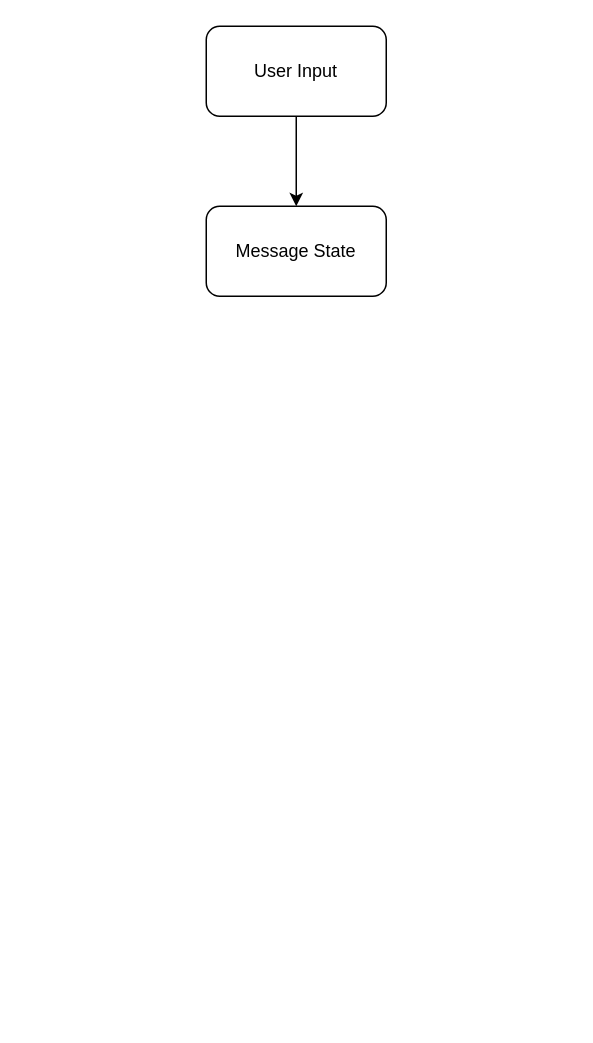
Above: Untitled Diagram.drawio in LeePaulison/project-ai (draw.io), before the change. Source tidied: cells renumbered, new cells numbered last; positions are measured from the earlier drawing's top-left corner, leaving out a move shared by most shapes. Both pictures are drawn from the tidied source at 150%, with x=0, y=0 at pixel (206, 26).
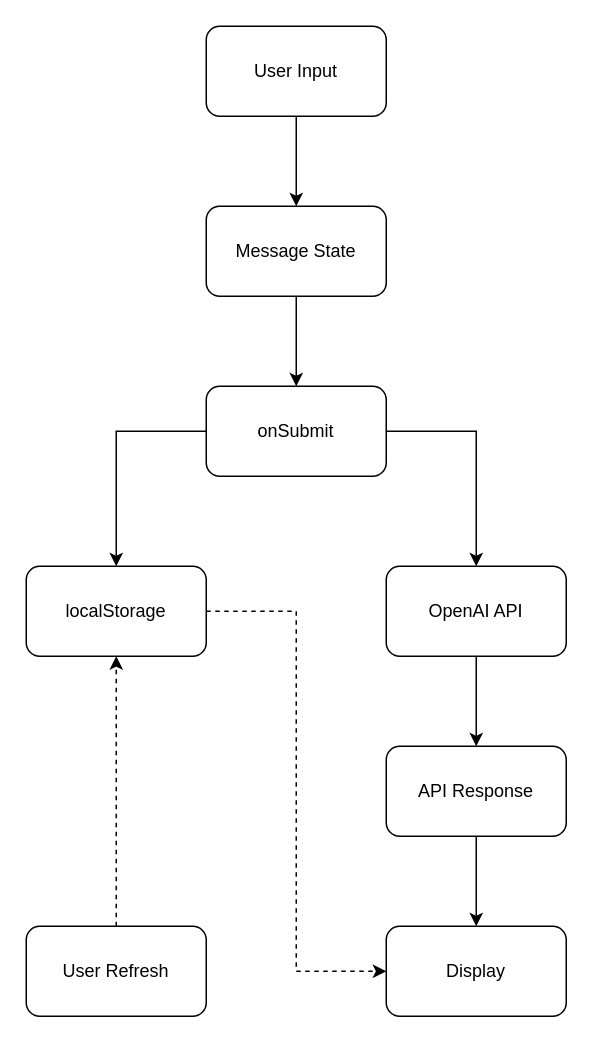
The same page after the edit.

Diff of the diagram source:
```diff
@@
 <mxGraphModel>
   <root>
     <mxCell id="0" />
     <mxCell id="1" parent="0" />
     <mxCell id="2" style="edgeStyle=orthogonalEdgeStyle;rounded=0;jettySize=auto;html=1;exitX=0.5;exitY=1;exitDx=0;exitDy=0;" parent="1" edge="1" source="3" target="4">
       <mxGeometry relative="1" as="geometry" />
     </mxCell>
     <mxCell id="3" value="User Input" style="rounded=1;whiteSpace=wrap;html=1;" parent="1" vertex="1">
       <mxGeometry width="120" height="60" as="geometry" />
     </mxCell>
+    <mxCell id="5" style="edgeStyle=orthogonalEdgeStyle;rounded=0;jettySize=auto;html=1;exitX=0.5;exitY=1;exitDx=0;exitDy=0;" parent="1" edge="1" source="4" target="8">
+      <mxGeometry relative="1" as="geometry" />
+    </mxCell>
     <mxCell id="4" value="Message State" style="rounded=1;whiteSpace=wrap;html=1;" parent="1" vertex="1">
       <mxGeometry y="120" width="120" height="60" as="geometry" />
     </mxCell>
+    <mxCell id="6" style="edgeStyle=orthogonalEdgeStyle;rounded=0;jettySize=auto;html=1;exitX=0;exitY=0.5;exitDx=0;exitDy=0;entryX=0.5;entryY=0;entryDx=0;entryDy=0;" parent="1" edge="1" source="8" target="10">
+      <mxGeometry relative="1" as="geometry" />
+    </mxCell>
+    <mxCell id="7" style="edgeStyle=orthogonalEdgeStyle;rounded=0;jettySize=auto;html=1;exitX=1;exitY=0.5;exitDx=0;exitDy=0;entryX=0.5;entryY=0;entryDx=0;entryDy=0;" parent="1" edge="1" source="8" target="12">
+      <mxGeometry relative="1" as="geometry" />
+    </mxCell>
+    <mxCell id="8" value="onSubmit" style="rounded=1;whiteSpace=wrap;html=1;" parent="1" vertex="1">
+      <mxGeometry y="240" width="120" height="60" as="geometry" />
+    </mxCell>
+    <mxCell id="9" style="edgeStyle=orthogonalEdgeStyle;rounded=0;jettySize=auto;html=1;exitX=1;exitY=0.5;exitDx=0;exitDy=0;entryX=0;entryY=0.5;entryDx=0;entryDy=0;dashed=1;" parent="1" edge="1" source="10" target="15">
+      <mxGeometry relative="1" as="geometry" />
+    </mxCell>
+    <mxCell id="10" value="localStorage" style="rounded=1;whiteSpace=wrap;html=1;" parent="1" vertex="1">
+      <mxGeometry x="-120" y="360" width="120" height="60" as="geometry" />
+    </mxCell>
+    <mxCell id="11" style="edgeStyle=orthogonalEdgeStyle;rounded=0;jettySize=auto;html=1;exitX=0.5;exitY=1;exitDx=0;exitDy=0;entryX=0.5;entryY=0;entryDx=0;entryDy=0;" parent="1" edge="1" source="12" target="14">
+      <mxGeometry relative="1" as="geometry" />
+    </mxCell>
+    <mxCell id="12" value="OpenAI API" style="rounded=1;whiteSpace=wrap;html=1;" parent="1" vertex="1">
+      <mxGeometry x="120" y="360" width="120" height="60" as="geometry" />
+    </mxCell>
+    <mxCell id="13" style="edgeStyle=orthogonalEdgeStyle;rounded=0;jettySize=auto;html=1;exitX=0.5;exitY=1;exitDx=0;exitDy=0;entryX=0.5;entryY=0;entryDx=0;entryDy=0;" parent="1" edge="1" source="14" target="15">
+      <mxGeometry relative="1" as="geometry" />
+    </mxCell>
+    <mxCell id="14" value="API Response" style="rounded=1;whiteSpace=wrap;html=1;" parent="1" vertex="1">
+      <mxGeometry x="120" y="480" width="120" height="60" as="geometry" />
+    </mxCell>
+    <mxCell id="15" value="Display" style="rounded=1;whiteSpace=wrap;html=1;" parent="1" vertex="1">
+      <mxGeometry x="120" y="600" width="120" height="60" as="geometry" />
+    </mxCell>
+    <mxCell id="16" style="edgeStyle=orthogonalEdgeStyle;rounded=0;jettySize=auto;html=1;exitX=0.5;exitY=0;exitDx=0;exitDy=0;entryX=0.5;entryY=1;entryDx=0;entryDy=0;dashed=1;" parent="1" edge="1" source="17" target="10">
+      <mxGeometry relative="1" as="geometry" />
+    </mxCell>
+    <mxCell id="17" value="User Refresh" style="rounded=1;whiteSpace=wrap;html=1;" parent="1" vertex="1">
+      <mxGeometry x="-120" y="600" width="120" height="60" as="geometry" />
+    </mxCell>
   </root>
 </mxGraphModel>
```
